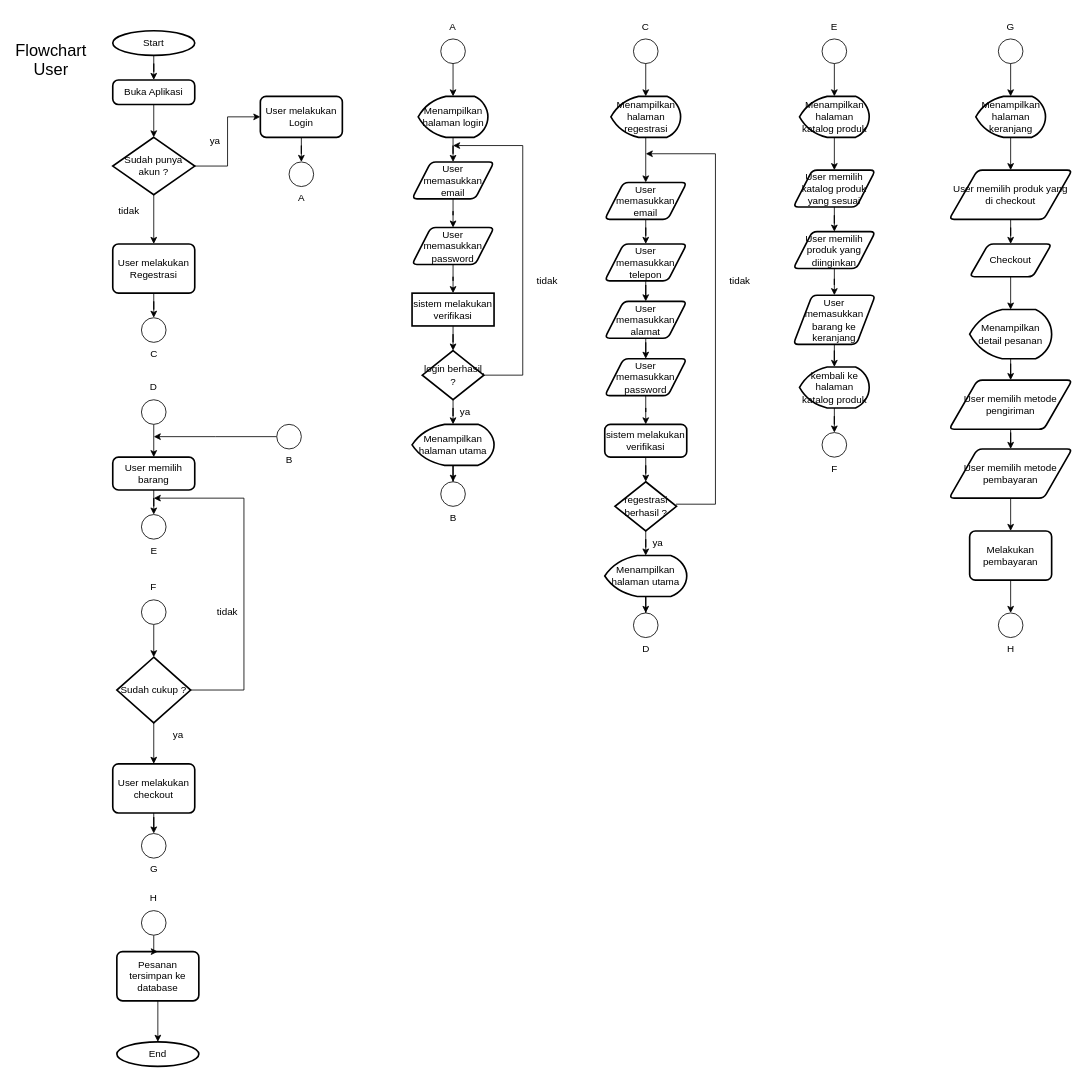
The draw.io diagram Flowchart Ecomerce Elektronik.drawio in zerocode0806/Flowchart-E-Comerce-Elektronik, before the edit. Source tidied: cells renumbered, new cells numbered last; positions are measured from the earlier drawing's top-left corner, leaving out a move shared by most shapes. Both pictures are drawn from the tidied source at 82%, with x=0, y=0 at pixel (14, 14).
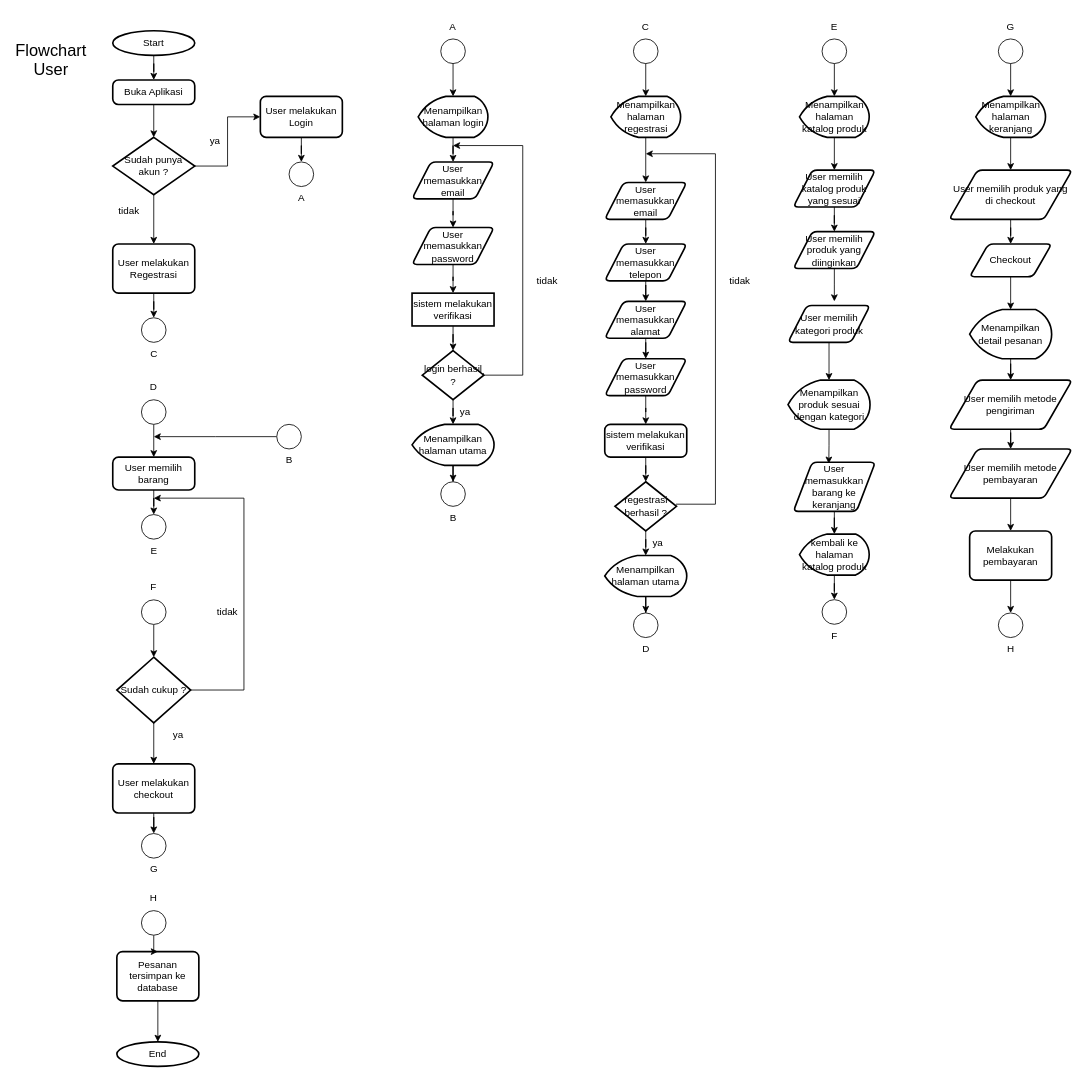
The same page after the edit.

Unchanged cells that the change refers to:
```xml
<mxCell id="83" value="User memilih produk yang diinginkan" style="shape=parallelogram;html=1;strokeWidth=2;perimeter=parallelogramPerimeter;whiteSpace=wrap;rounded=1;arcSize=12;size=0.23;" parent="1" vertex="1">
  <mxGeometry x="950" y="265" width="100" height="45" as="geometry" />
</mxCell>
```

Diff of the diagram source:
```diff
@@
-    <mxCell id="82" style="edgeStyle=orthogonalEdgeStyle;rounded=0;jettySize=auto;html=1;" parent="1" edge="1" source="83" target="85">
-      <mxGeometry relative="1" as="geometry" />
-    </mxCell>
@@
     <mxCell id="85" value="User memasukkan barang ke keranjang" style="shape=parallelogram;html=1;strokeWidth=2;perimeter=parallelogramPerimeter;whiteSpace=wrap;rounded=1;arcSize=12;size=0.23;" parent="1" vertex="1">
-      <mxGeometry x="950" y="342.5" width="100" height="60" as="geometry" />
+      <mxGeometry x="950" y="546.2" width="100" height="60" as="geometry" />
     </mxCell>
@@
     <mxCell id="87" value="kembali ke halaman katalog produk" style="strokeWidth=2;html=1;shape=mxgraph.flowchart.display;whiteSpace=wrap;" parent="1" vertex="1">
-      <mxGeometry x="957.5" y="430" width="85" height="50" as="geometry" />
+      <mxGeometry x="957.5" y="633.8" width="85" height="50" as="geometry" />
     </mxCell>
     <mxCell id="88" value="F" style="verticalLabelPosition=bottom;verticalAlign=top;html=1;shape=mxgraph.flowchart.on-page_reference;" parent="1" vertex="1">
-      <mxGeometry x="985" y="510" width="30" height="30" as="geometry" />
+      <mxGeometry x="985" y="713.8" width="30" height="30" as="geometry" />
     </mxCell>
@@
+    <mxCell id="117" style="edgeStyle=orthogonalEdgeStyle;rounded=0;jettySize=auto;html=1;" parent="1" edge="1" source="118" target="119">
+      <mxGeometry relative="1" as="geometry" />
+    </mxCell>
+    <mxCell id="118" value="User memilih kategori produk" style="shape=parallelogram;html=1;strokeWidth=2;perimeter=parallelogramPerimeter;whiteSpace=wrap;rounded=1;arcSize=12;size=0.23;" parent="1" vertex="1">
+      <mxGeometry x="943.5" y="355" width="100" height="45" as="geometry" />
+    </mxCell>
+    <mxCell id="119" value="Menampilkan produk sesuai dengan kategori" style="strokeWidth=2;html=1;shape=mxgraph.flowchart.display;whiteSpace=wrap;" parent="1" vertex="1">
+      <mxGeometry x="943.5" y="446" width="100" height="60" as="geometry" />
+    </mxCell>
+    <mxCell id="120" style="edgeStyle=orthogonalEdgeStyle;rounded=0;jettySize=auto;html=1;" parent="1" edge="1" source="83">
+      <mxGeometry relative="1" as="geometry">
+        <mxPoint x="1000" y="350" as="targetPoint" />
+      </mxGeometry>
+    </mxCell>
+    <mxCell id="121" style="edgeStyle=orthogonalEdgeStyle;rounded=0;jettySize=auto;html=1;entryX=0.432;entryY=0.028;entryDx=0;entryDy=0;entryPerimeter=0;" parent="1" edge="1" source="119" target="85">
+      <mxGeometry relative="1" as="geometry" />
+    </mxCell>
```
